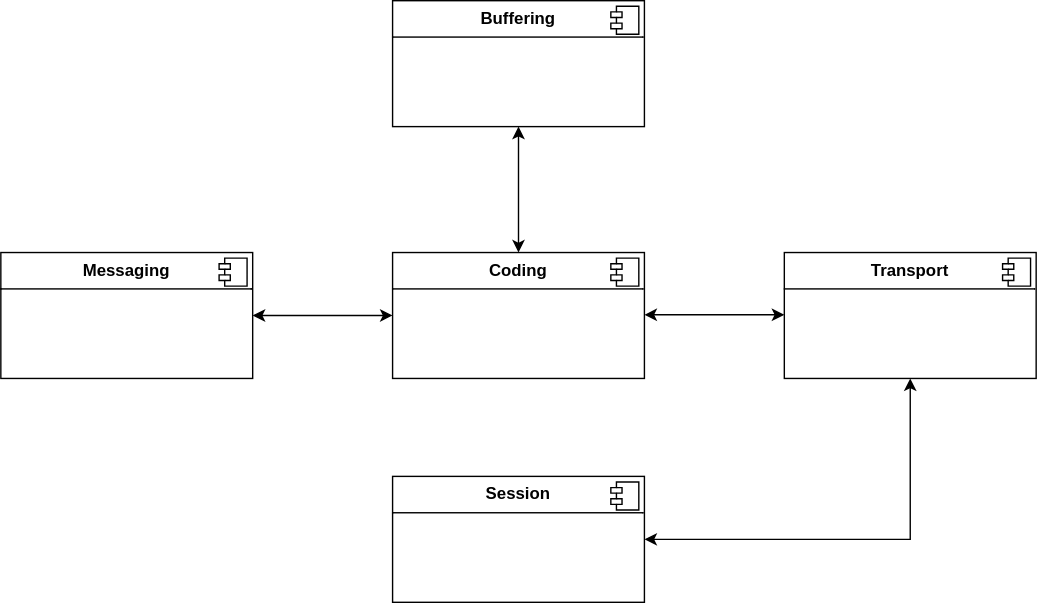
BuzzX8/HyperMsg keeps this draw.io diagram as images/core_design.svg. Above is the earlier version. Source tidied: cells renumbered, new cells last; positions are measured from the earlier drawing's top-left corner, leaving out a move shared by most shapes.
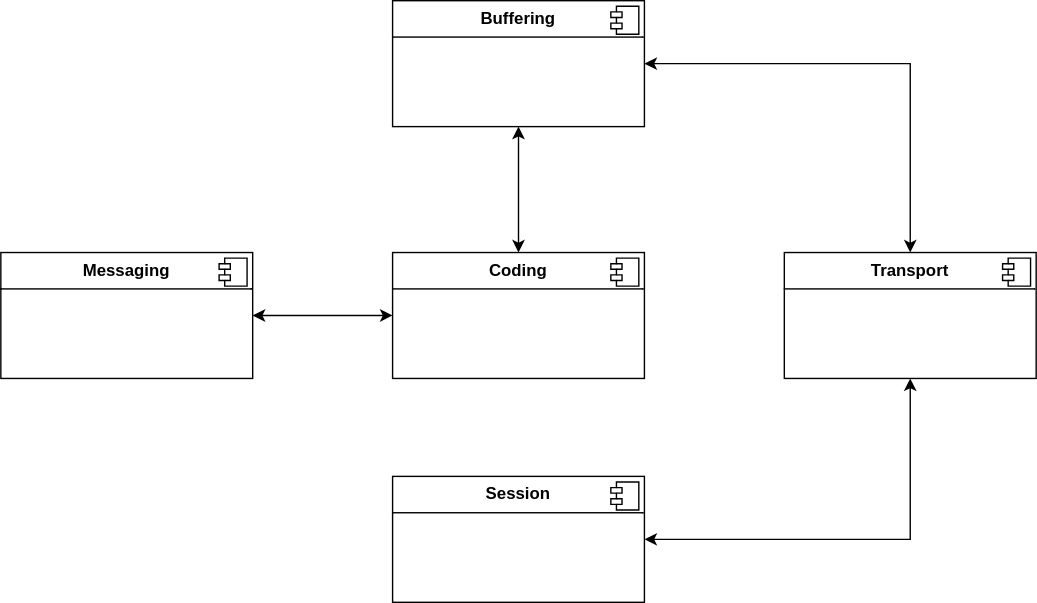
The same diagram one commit later.

What changed in the source:
```diff
@@ -18,6 +18,9 @@
         <mxPoint x="-24" y="4" as="offset" />
       </mxGeometry>
     </mxCell>
+    <mxCell id="16" style="edgeStyle=orthogonalEdgeStyle;rounded=0;jettySize=auto;html=1;exitX=0.5;exitY=0;exitDx=0;exitDy=0;entryX=1;entryY=0.5;entryDx=0;entryDy=0;curved=0;startArrow=classic;startFill=1;" parent="1" edge="1" source="6" target="2">
+      <mxGeometry relative="1" as="geometry" />
+    </mxCell>
     <mxCell id="6" value="&lt;p style=&quot;margin:0px;margin-top:6px;text-align:center;&quot;&gt;&lt;b&gt;Transport&lt;/b&gt;&lt;/p&gt;&lt;hr size=&quot;1&quot; style=&quot;border-style:solid;&quot;&gt;&lt;p style=&quot;margin:0px;margin-left:8px;&quot;&gt;&lt;br&gt;&lt;/p&gt;" style="align=left;overflow=fill;html=1;whiteSpace=wrap;" parent="1" vertex="1">
       <mxGeometry x="560" y="180" width="180" height="90" as="geometry" />
     </mxCell>
@@ -37,12 +40,6 @@
     <mxCell id="10" style="endArrow=classic;startArrow=classic;html=1;rounded=0;entryX=0;entryY=0.5;entryDx=0;entryDy=0;exitX=1;exitY=0.5;exitDx=0;exitDy=0;" parent="1" edge="1" source="8" target="4">
       <mxGeometry relative="1" as="geometry" />
     </mxCell>
-    <mxCell id="11" style="endArrow=classic;startArrow=classic;html=1;rounded=0;entryX=0;entryY=0.5;entryDx=0;entryDy=0;exitX=1;exitY=0.5;exitDx=0;exitDy=0;" parent="1" edge="1">
-      <mxGeometry relative="1" as="geometry">
-        <mxPoint x="460" y="224.5" as="sourcePoint" />
-        <mxPoint x="560" y="224.5" as="targetPoint" />
-      </mxGeometry>
-    </mxCell>
     <mxCell id="12" style="endArrow=classic;startArrow=classic;html=1;rounded=0;entryX=0.5;entryY=1;entryDx=0;entryDy=0;exitX=0.5;exitY=0;exitDx=0;exitDy=0;" parent="1" edge="1" source="4" target="2">
       <mxGeometry relative="1" as="geometry" />
     </mxCell>
```
